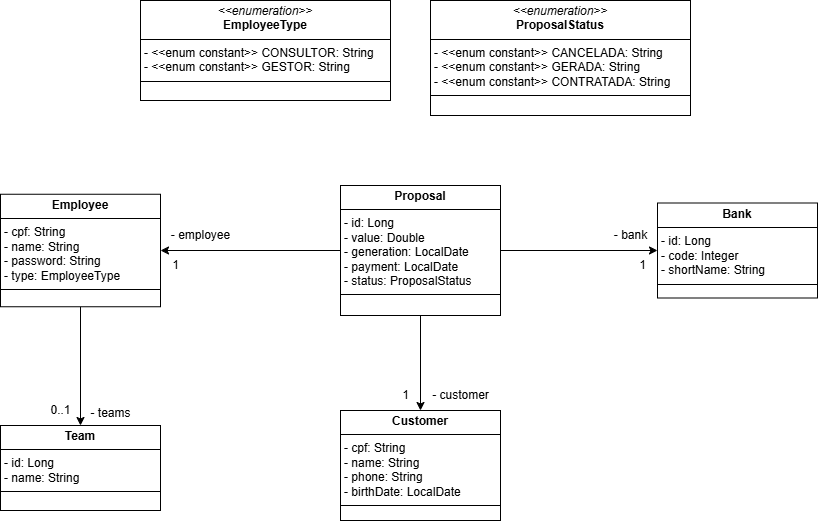
Earlier version of the draw.io export documents/diagrama_de_classe.png (Hilan-CP/JSF-corban-multibancos). Source tidied: cells renumbered, new cells last; positions are measured from the earlier drawing's top-left corner, leaving out a move shared by most shapes.
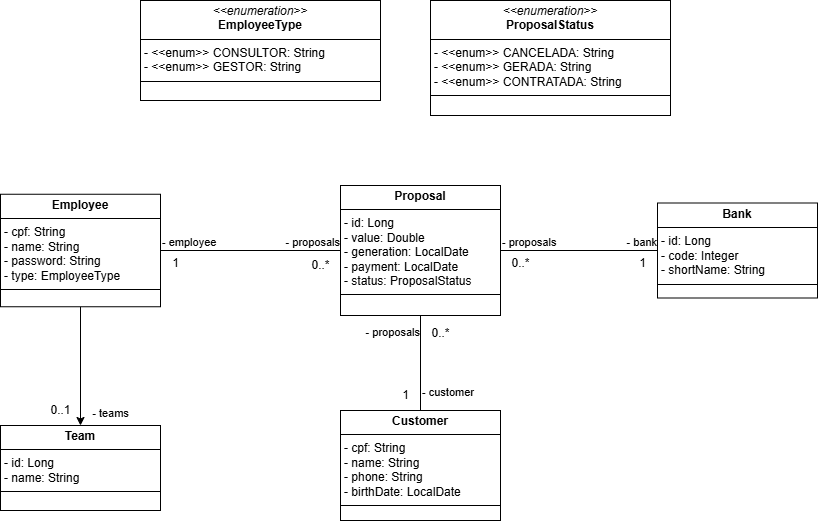
After the commit.

What changed in the source:
```diff
@@ -17,47 +17,69 @@
     <mxCell id="6" value="&lt;p style=&quot;margin:0px;margin-top:4px;text-align:center;&quot;&gt;&lt;b&gt;Bank&lt;/b&gt;&lt;/p&gt;&lt;hr size=&quot;1&quot; style=&quot;border-style:solid;&quot;&gt;&lt;p style=&quot;margin:0px;margin-left:4px;&quot;&gt;- id: Long&lt;/p&gt;&lt;p style=&quot;margin:0px;margin-left:4px;&quot;&gt;- code: Integer&lt;/p&gt;&lt;p style=&quot;margin:0px;margin-left:4px;&quot;&gt;- shortName: String&lt;/p&gt;&lt;hr size=&quot;1&quot; style=&quot;border-style:solid;&quot;&gt;&lt;p style=&quot;margin:0px;margin-left:4px;&quot;&gt;&lt;br&gt;&lt;/p&gt;" style="verticalAlign=top;align=left;overflow=fill;html=1;whiteSpace=wrap;" parent="1" vertex="1">
       <mxGeometry x="657" y="202.5" width="160" height="95" as="geometry" />
     </mxCell>
-    <mxCell id="7" style="edgeStyle=orthogonalEdgeStyle;rounded=0;jettySize=auto;html=1;entryX=0;entryY=0.5;entryDx=0;entryDy=0;" parent="1" edge="1" source="10" target="6">
-      <mxGeometry relative="1" as="geometry" />
-    </mxCell>
-    <mxCell id="8" style="edgeStyle=orthogonalEdgeStyle;rounded=0;jettySize=auto;html=1;entryX=0.5;entryY=0;entryDx=0;entryDy=0;" parent="1" edge="1" source="10" target="5">
-      <mxGeometry relative="1" as="geometry" />
-    </mxCell>
-    <mxCell id="9" style="edgeStyle=orthogonalEdgeStyle;rounded=0;jettySize=auto;html=1;entryX=1;entryY=0.5;entryDx=0;entryDy=0;" parent="1" edge="1" source="10" target="3">
-      <mxGeometry relative="1" as="geometry" />
-    </mxCell>
     <mxCell id="10" value="&lt;p style=&quot;margin:0px;margin-top:4px;text-align:center;&quot;&gt;&lt;b&gt;Proposal&lt;/b&gt;&lt;/p&gt;&lt;hr size=&quot;1&quot; style=&quot;border-style:solid;&quot;&gt;&lt;p style=&quot;margin:0px;margin-left:4px;&quot;&gt;- id: Long&lt;/p&gt;&lt;p style=&quot;margin:0px;margin-left:4px;&quot;&gt;- value: Double&lt;/p&gt;&lt;p style=&quot;margin:0px;margin-left:4px;&quot;&gt;- generation: LocalDate&lt;/p&gt;&lt;p style=&quot;margin:0px;margin-left:4px;&quot;&gt;- payment: LocalDate&lt;/p&gt;&lt;p style=&quot;margin:0px;margin-left:4px;&quot;&gt;- status: ProposalStatus&lt;/p&gt;&lt;hr size=&quot;1&quot; style=&quot;border-style:solid;&quot;&gt;&lt;p style=&quot;margin:0px;margin-left:4px;&quot;&gt;&lt;br&gt;&lt;/p&gt;" style="verticalAlign=top;align=left;overflow=fill;html=1;whiteSpace=wrap;" parent="1" vertex="1">
       <mxGeometry x="340" y="185" width="160" height="130" as="geometry" />
     </mxCell>
     <mxCell id="11" value="0..1" style="text;html=1;align=center;verticalAlign=middle;strokeColor=none;fillColor=none;" parent="1" vertex="1">
       <mxGeometry x="40" y="395" width="40" height="30" as="geometry" />
     </mxCell>
-    <mxCell id="12" value="1" style="text;html=1;align=center;verticalAlign=middle;strokeColor=none;fillColor=none;" parent="1" vertex="1">
-      <mxGeometry x="390" y="380" width="30" height="30" as="geometry" />
-    </mxCell>
-    <mxCell id="13" value="1" style="text;html=1;align=center;verticalAlign=middle;strokeColor=none;fillColor=none;" parent="1" vertex="1">
-      <mxGeometry x="627" y="250" width="30" height="30" as="geometry" />
-    </mxCell>
-    <mxCell id="14" value="1" style="text;html=1;align=center;verticalAlign=middle;strokeColor=none;fillColor=none;" parent="1" vertex="1">
-      <mxGeometry x="160" y="250" width="30" height="30" as="geometry" />
-    </mxCell>
-    <mxCell id="15" value="&lt;p style=&quot;margin:0px;margin-top:4px;text-align:center;&quot;&gt;&lt;i&gt;&amp;lt;&amp;lt;enumeration&amp;gt;&amp;gt;&lt;/i&gt;&lt;br&gt;&lt;b&gt;EmployeeType&lt;/b&gt;&lt;/p&gt;&lt;hr size=&quot;1&quot; style=&quot;border-style:solid;&quot;&gt;&lt;p style=&quot;margin:0px;margin-left:4px;&quot;&gt;- &amp;lt;&amp;lt;enum constant&amp;gt;&amp;gt; CONSULTOR: String&lt;br&gt;- &amp;lt;&amp;lt;enum constant&amp;gt;&amp;gt; GESTOR:&amp;nbsp;&lt;span style=&quot;background-color: initial;&quot;&gt;String&lt;/span&gt;&lt;/p&gt;&lt;hr size=&quot;1&quot; style=&quot;border-style:solid;&quot;&gt;&lt;p style=&quot;margin:0px;margin-left:4px;&quot;&gt;&lt;br&gt;&lt;/p&gt;" style="verticalAlign=top;align=left;overflow=fill;html=1;whiteSpace=wrap;" parent="1" vertex="1">
-      <mxGeometry x="140" width="250" height="100" as="geometry" />
+    <mxCell id="15" value="&lt;p style=&quot;margin:0px;margin-top:4px;text-align:center;&quot;&gt;&lt;i&gt;&amp;lt;&amp;lt;enumeration&amp;gt;&amp;gt;&lt;/i&gt;&lt;br&gt;&lt;b&gt;EmployeeType&lt;/b&gt;&lt;/p&gt;&lt;hr size=&quot;1&quot; style=&quot;border-style:solid;&quot;&gt;&lt;p style=&quot;margin:0px;margin-left:4px;&quot;&gt;- &amp;lt;&amp;lt;enum&amp;gt;&amp;gt; CONSULTOR: String&lt;br&gt;- &amp;lt;&amp;lt;enum&amp;gt;&amp;gt; GESTOR:&amp;nbsp;&lt;span style=&quot;background-color: initial;&quot;&gt;String&lt;/span&gt;&lt;/p&gt;&lt;hr size=&quot;1&quot; style=&quot;border-style:solid;&quot;&gt;&lt;p style=&quot;margin:0px;margin-left:4px;&quot;&gt;&lt;br&gt;&lt;/p&gt;" style="verticalAlign=top;align=left;overflow=fill;html=1;whiteSpace=wrap;" parent="1" vertex="1">
+      <mxGeometry x="140" width="240" height="100" as="geometry" />
     </mxCell>
-    <mxCell id="16" value="&lt;p style=&quot;margin:0px;margin-top:4px;text-align:center;&quot;&gt;&lt;i&gt;&amp;lt;&amp;lt;enumeration&amp;gt;&amp;gt;&lt;/i&gt;&lt;br&gt;&lt;b&gt;ProposalStatus&lt;/b&gt;&lt;/p&gt;&lt;hr size=&quot;1&quot; style=&quot;border-style:solid;&quot;&gt;&lt;p style=&quot;margin:0px;margin-left:4px;&quot;&gt;- &amp;lt;&amp;lt;enum constant&amp;gt;&amp;gt; CANCELADA: String&lt;br&gt;-&amp;nbsp;&lt;span style=&quot;background-color: initial;&quot;&gt;&amp;lt;&amp;lt;enum constant&amp;gt;&amp;gt; GERADA:&amp;nbsp;&lt;/span&gt;&lt;span style=&quot;background-color: initial;&quot;&gt;String&lt;/span&gt;&lt;/p&gt;&lt;p style=&quot;margin:0px;margin-left:4px;&quot;&gt;&lt;span style=&quot;background-color: initial;&quot;&gt;-&amp;nbsp;&lt;/span&gt;&lt;span style=&quot;background-color: initial;&quot;&gt;&amp;lt;&amp;lt;enum constant&amp;gt;&amp;gt; CONTRATADA:&amp;nbsp;&lt;/span&gt;&lt;span style=&quot;background-color: initial;&quot;&gt;String&lt;/span&gt;&lt;/p&gt;&lt;hr size=&quot;1&quot; style=&quot;border-style:solid;&quot;&gt;&lt;p style=&quot;margin:0px;margin-left:4px;&quot;&gt;&lt;br&gt;&lt;/p&gt;" style="verticalAlign=top;align=left;overflow=fill;html=1;whiteSpace=wrap;" parent="1" vertex="1">
-      <mxGeometry x="430" width="260" height="115" as="geometry" />
+    <mxCell id="16" value="&lt;p style=&quot;margin:0px;margin-top:4px;text-align:center;&quot;&gt;&lt;i&gt;&amp;lt;&amp;lt;enumeration&amp;gt;&amp;gt;&lt;/i&gt;&lt;br&gt;&lt;b&gt;ProposalStatus&lt;/b&gt;&lt;/p&gt;&lt;hr size=&quot;1&quot; style=&quot;border-style:solid;&quot;&gt;&lt;p style=&quot;margin:0px;margin-left:4px;&quot;&gt;- &amp;lt;&amp;lt;enum&amp;gt;&amp;gt; CANCELADA: String&lt;br&gt;-&amp;nbsp;&lt;span style=&quot;background-color: initial;&quot;&gt;&amp;lt;&amp;lt;enum&amp;gt;&amp;gt; GERADA:&amp;nbsp;&lt;/span&gt;&lt;span style=&quot;background-color: initial;&quot;&gt;String&lt;/span&gt;&lt;/p&gt;&lt;p style=&quot;margin:0px;margin-left:4px;&quot;&gt;&lt;span style=&quot;background-color: initial;&quot;&gt;-&amp;nbsp;&lt;/span&gt;&lt;span style=&quot;background-color: initial;&quot;&gt;&amp;lt;&amp;lt;enum&amp;gt;&amp;gt; CONTRATADA:&amp;nbsp;&lt;/span&gt;&lt;span style=&quot;background-color: initial;&quot;&gt;String&lt;/span&gt;&lt;/p&gt;&lt;hr size=&quot;1&quot; style=&quot;border-style:solid;&quot;&gt;&lt;p style=&quot;margin:0px;margin-left:4px;&quot;&gt;&lt;br&gt;&lt;/p&gt;" style="verticalAlign=top;align=left;overflow=fill;html=1;whiteSpace=wrap;" parent="1" vertex="1">
+      <mxGeometry x="430" width="240" height="115" as="geometry" />
     </mxCell>
-    <mxCell id="17" value="- teams" style="text;html=1;align=center;verticalAlign=middle;strokeColor=none;fillColor=none;fontSize=12;" parent="1" vertex="1">
+    <mxCell id="17" value="- teams" style="text;html=1;align=center;verticalAlign=middle;strokeColor=none;fillColor=none;fontSize=11;" parent="1" vertex="1">
       <mxGeometry x="80" y="398" width="60" height="30" as="geometry" />
     </mxCell>
+    <mxCell id="7" style="endArrow=none;html=1;edgeStyle=orthogonalEdgeStyle;rounded=0;entryX=0;entryY=0.5;entryDx=0;entryDy=0;exitX=1;exitY=0.5;exitDx=0;exitDy=0;" parent="1" edge="1" source="10" target="6">
+      <mxGeometry relative="1" as="geometry" />
+    </mxCell>
+    <mxCell id="21" value="- proposals" style="edgeLabel;html=1;align=left;verticalAlign=bottom;" parent="7" vertex="1">
+      <mxGeometry x="-1" relative="1" as="geometry" />
+    </mxCell>
-    <mxCell id="18" value="-&amp;nbsp;&lt;span style=&quot;background-color: transparent; color: light-dark(rgb(0, 0, 0), rgb(255, 255, 255));&quot;&gt;bank&lt;/span&gt;" style="text;html=1;align=center;verticalAlign=middle;strokeColor=none;fillColor=none;" parent="1" vertex="1">
-      <mxGeometry x="600" y="220" width="60" height="30" as="geometry" />
+    <mxCell id="18" value="- bank" style="edgeLabel;html=1;align=right;verticalAlign=bottom;" parent="7" vertex="1">
+      <mxGeometry x="1" relative="1" as="geometry" />
     </mxCell>
+    <mxCell id="22" value="0..*" style="text;html=1;align=center;verticalAlign=middle;strokeColor=none;fillColor=none;" parent="1" vertex="1">
+      <mxGeometry x="500" y="248" width="40" height="30" as="geometry" />
+    </mxCell>
+    <mxCell id="23" value="1" style="text;html=1;align=center;verticalAlign=middle;strokeColor=none;fillColor=none;" parent="1" vertex="1">
+      <mxGeometry x="627" y="248" width="30" height="30" as="geometry" />
+    </mxCell>
+    <mxCell id="24" style="endArrow=none;html=1;edgeStyle=orthogonalEdgeStyle;rounded=0;entryX=0;entryY=0.5;entryDx=0;entryDy=0;exitX=1;exitY=0.5;exitDx=0;exitDy=0;" parent="1" edge="1" source="3" target="10">
+      <mxGeometry relative="1" as="geometry" />
+    </mxCell>
+    <mxCell id="20" value="- employee" style="edgeLabel;html=1;align=left;verticalAlign=bottom;" parent="24" vertex="1">
+      <mxGeometry x="-1" relative="1" as="geometry" />
+    </mxCell>
+    <mxCell id="25" value="- proposals" style="edgeLabel;html=1;align=right;verticalAlign=bottom;" parent="24" vertex="1">
+      <mxGeometry x="1" relative="1" as="geometry" />
+    </mxCell>
+    <mxCell id="26" value="0..*" style="text;html=1;align=center;verticalAlign=middle;strokeColor=none;fillColor=none;" parent="1" vertex="1">
+      <mxGeometry x="300" y="250" width="40" height="30" as="geometry" />
+    </mxCell>
+    <mxCell id="27" value="1" style="text;html=1;align=center;verticalAlign=middle;strokeColor=none;fillColor=none;" parent="1" vertex="1">
+      <mxGeometry x="160" y="248" width="30" height="30" as="geometry" />
+    </mxCell>
+    <mxCell id="28" style="endArrow=none;html=1;edgeStyle=orthogonalEdgeStyle;rounded=0;entryX=0.5;entryY=1;entryDx=0;entryDy=0;exitX=0.5;exitY=0;exitDx=0;exitDy=0;" parent="1" edge="1" source="5" target="10">
+      <mxGeometry relative="1" as="geometry" />
+    </mxCell>
-    <mxCell id="19" value="- customer" style="text;html=1;align=center;verticalAlign=middle;strokeColor=none;fillColor=none;" parent="1" vertex="1">
-      <mxGeometry x="420" y="380" width="80" height="30" as="geometry" />
+    <mxCell id="19" value="- customer" style="edgeLabel;html=1;align=left;verticalAlign=bottom;" parent="28" vertex="1">
+      <mxGeometry x="-1" relative="1" as="geometry">
+        <mxPoint y="-10" as="offset" />
+      </mxGeometry>
     </mxCell>
-    <mxCell id="20" value="- employee" style="text;html=1;align=center;verticalAlign=middle;strokeColor=none;fillColor=none;" parent="1" vertex="1">
-      <mxGeometry x="160" y="220" width="80" height="30" as="geometry" />
-    </mxCell>
+    <mxCell id="29" value="- proposals" style="edgeLabel;html=1;align=right;verticalAlign=bottom;" parent="28" vertex="1">
+      <mxGeometry x="1" relative="1" as="geometry">
+        <mxPoint y="25" as="offset" />
+      </mxGeometry>
+    </mxCell>
+    <mxCell id="30" value="0..*" style="text;html=1;align=center;verticalAlign=middle;strokeColor=none;fillColor=none;" parent="1" vertex="1">
+      <mxGeometry x="420" y="318" width="40" height="30" as="geometry" />
+    </mxCell>
+    <mxCell id="12" value="1" style="text;html=1;align=center;verticalAlign=middle;strokeColor=none;fillColor=none;" parent="1" vertex="1">
+      <mxGeometry x="390" y="380" width="30" height="30" as="geometry" />
+    </mxCell>
   </root>
 </mxGraphModel>
```
